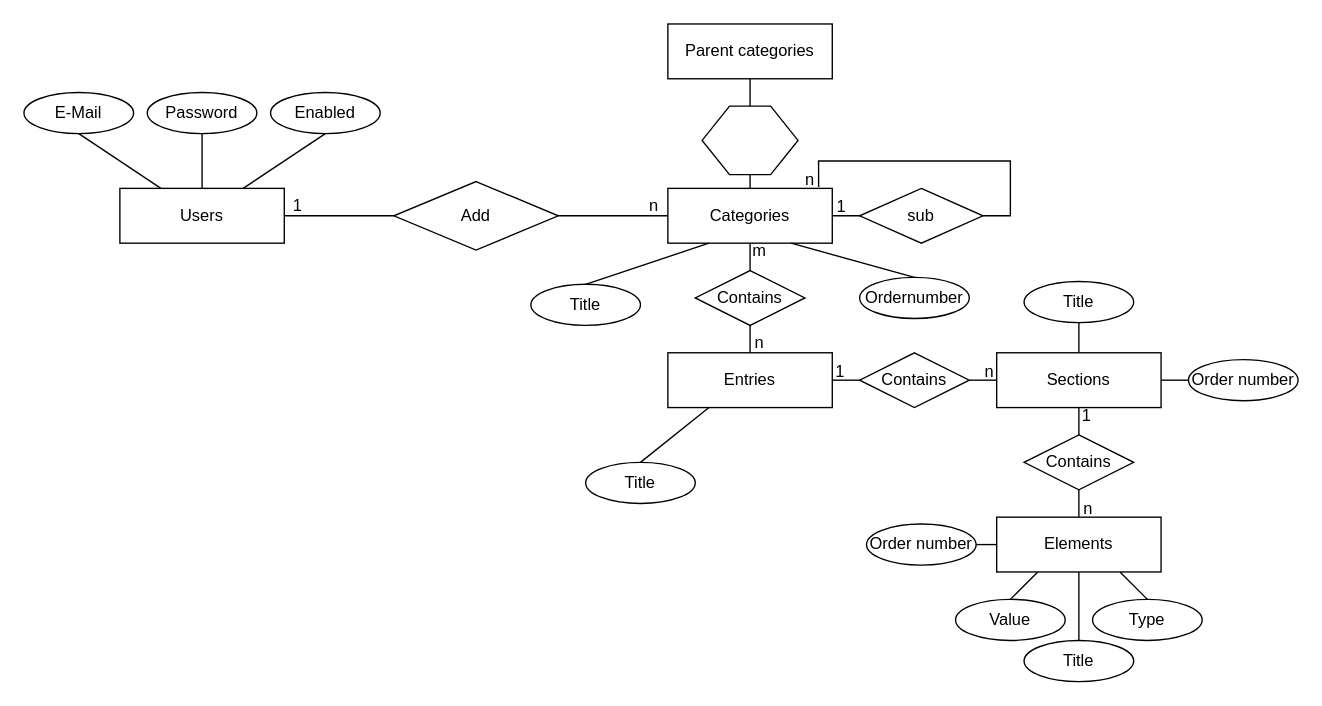
Before: Er model.drawio in francois-egner/opm-backend, a draw.io diagram. Source tidied: cells renumbered, new cells numbered last; positions are measured from the earlier drawing's top-left corner, leaving out a move shared by most shapes. Both pictures are drawn from the tidied source at 137%, with x=0, y=0 at pixel (23, 23).
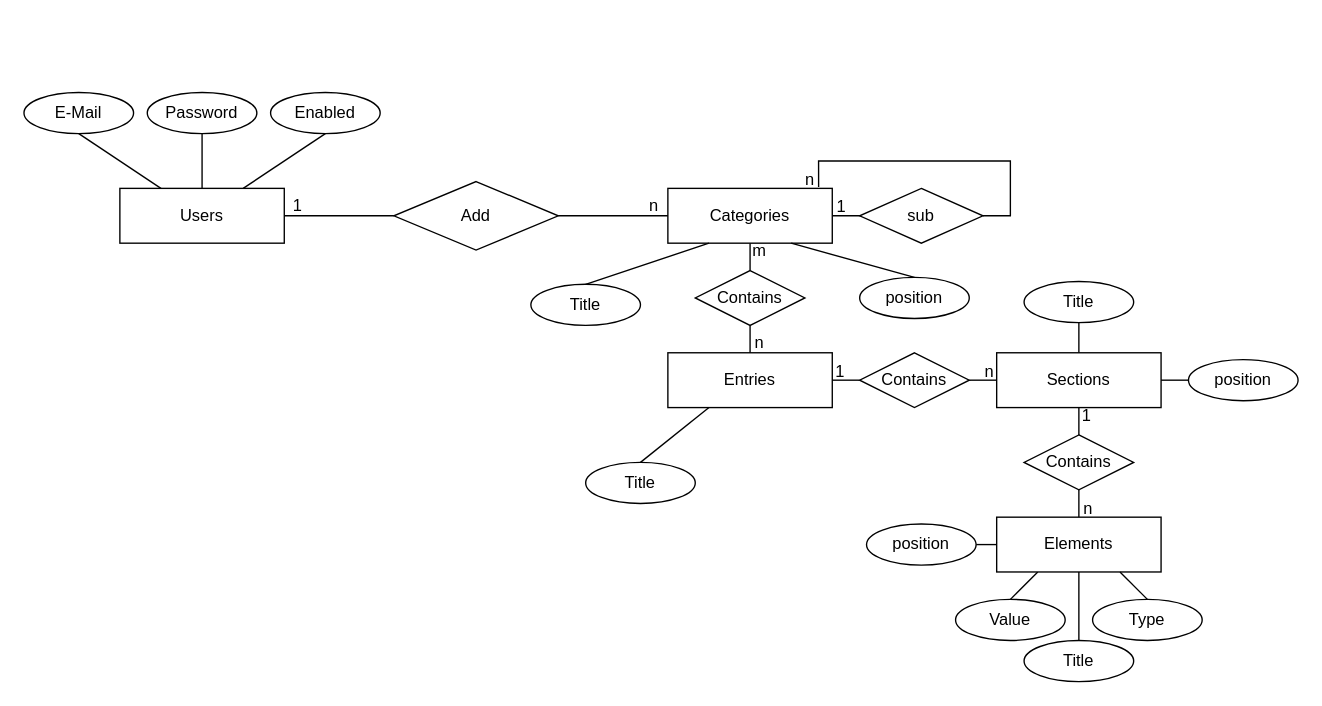
The same page after the edit.

Unchanged cells that the change refers to:
```xml
<mxCell id="5" value="Categories" style="rounded=0;whiteSpace=wrap;html=1;labelBackgroundColor=none;" parent="1" vertex="1">
  <mxGeometry x="470" y="120" width="120" height="40" as="geometry" />
</mxCell>
```

The edit, as a diff of the source:
```diff
@@
-    <mxCell id="4" style="edgeStyle=orthogonalEdgeStyle;rounded=0;jettySize=auto;html=1;exitX=0.5;exitY=0;exitDx=0;exitDy=0;entryX=0.5;entryY=1;entryDx=0;entryDy=0;endArrow=none;endFill=0;" parent="1" edge="1" source="5" target="58">
-      <mxGeometry relative="1" as="geometry" />
-    </mxCell>
@@
-    <mxCell id="53" value="Order number" style="ellipse;whiteSpace=wrap;html=1;labelBackgroundColor=none;" parent="1" vertex="1">
+    <mxCell id="53" value="position" style="ellipse;whiteSpace=wrap;html=1;labelBackgroundColor=none;" parent="1" vertex="1">
       <mxGeometry x="850" y="245" width="80" height="30" as="geometry" />
     </mxCell>
@@
-    <mxCell id="55" value="Order number" style="ellipse;whiteSpace=wrap;html=1;labelBackgroundColor=none;" parent="1" vertex="1">
+    <mxCell id="55" value="position" style="ellipse;whiteSpace=wrap;html=1;labelBackgroundColor=none;" parent="1" vertex="1">
       <mxGeometry x="615" y="365" width="80" height="30" as="geometry" />
     </mxCell>
-    <mxCell id="56" value="Parent categories" style="rounded=0;whiteSpace=wrap;html=1;labelBackgroundColor=none;" parent="1" vertex="1">
-      <mxGeometry x="470" width="120" height="40" as="geometry" />
-    </mxCell>
-    <mxCell id="57" style="edgeStyle=orthogonalEdgeStyle;rounded=0;jettySize=auto;html=1;exitX=0.5;exitY=0;exitDx=0;exitDy=0;entryX=0.5;entryY=1;entryDx=0;entryDy=0;endArrow=none;endFill=0;" parent="1" edge="1" source="58" target="56">
-      <mxGeometry relative="1" as="geometry" />
-    </mxCell>
-    <mxCell id="58" style="shape=hexagon;perimeter=hexagonPerimeter2;whiteSpace=wrap;html=1;fixedSize=1;" parent="1" vertex="1">
-      <mxGeometry x="495" y="60" width="70" height="50" as="geometry" />
-    </mxCell>
@@
-    <mxCell id="60" value="Ordernumber" style="ellipse;whiteSpace=wrap;html=1;labelBackgroundColor=none;" parent="1" vertex="1">
+    <mxCell id="60" value="position" style="ellipse;whiteSpace=wrap;html=1;labelBackgroundColor=none;" parent="1" vertex="1">
       <mxGeometry x="610" y="185" width="80" height="30" as="geometry" />
     </mxCell>
```
